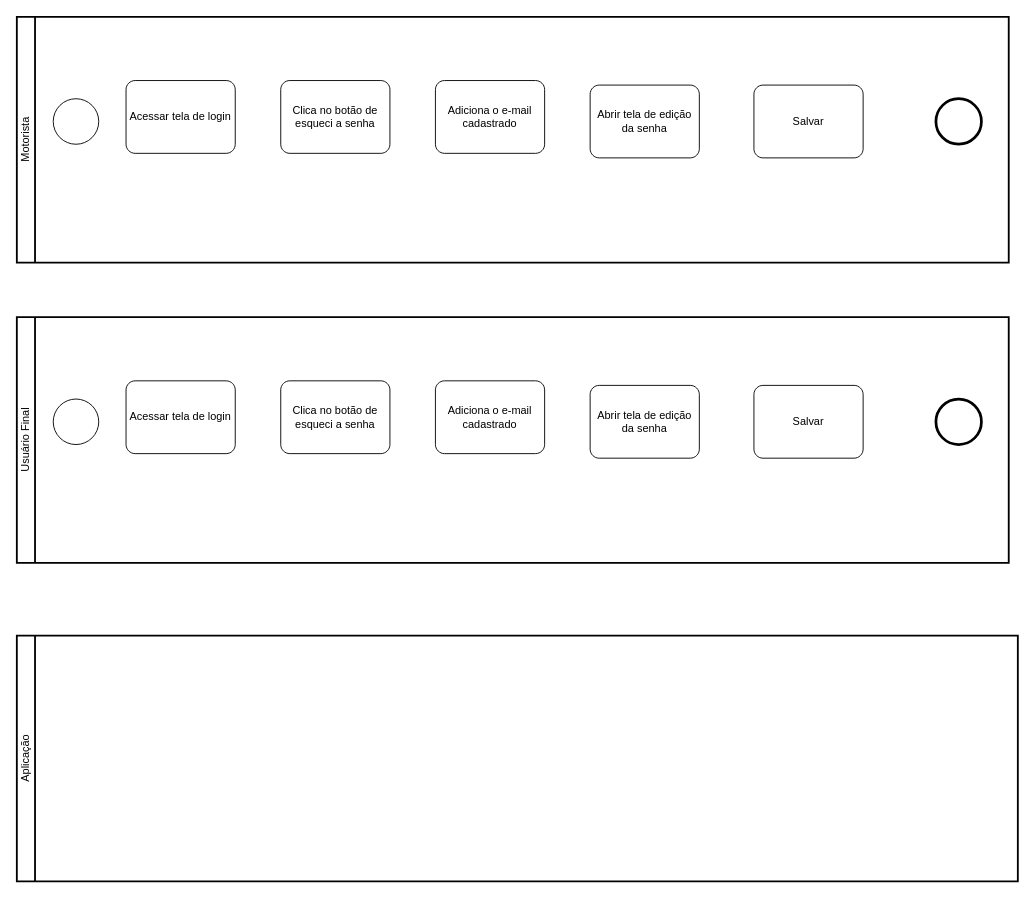
ICEI-PUC-Minas-PMV-ADS/Pet-s-Car keeps this draw.io diagram as page "Recuperação de senha" (6 of 7) of Untitled Diagram.drawio. Above is the earlier version. Source tidied: cells renumbered, new cells numbered last; positions are measured from the earlier drawing's top-left corner, leaving out a move shared by most shapes. Both pictures are drawn from the tidied source at 91%, with x=0, y=0 at pixel (16, 16).
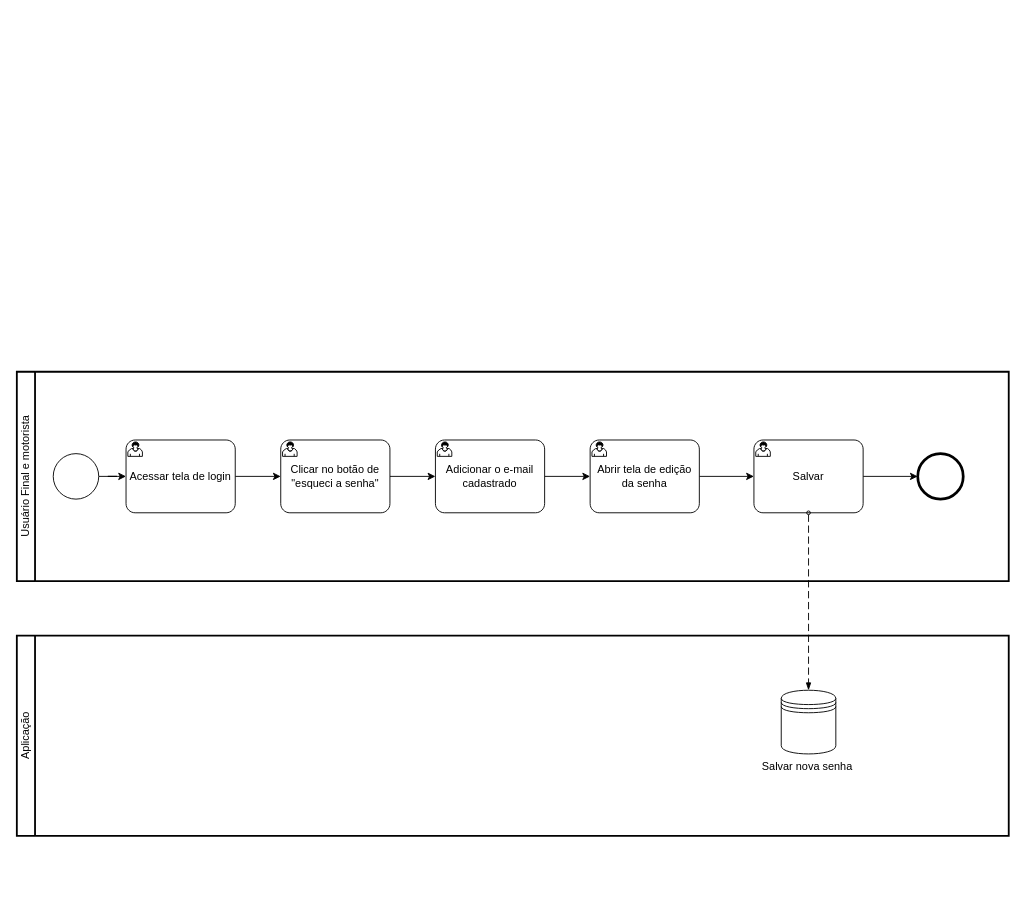
After the change.

The edit, as a diff of the source:
```diff
@@
 <mxGraphModel>
   <root>
     <mxCell id="0" />
     <mxCell id="1" parent="0" />
-    <mxCell id="2" value="Usuário Final" style="swimlane;html=1;startSize=20;fontStyle=0;horizontal=0;swimlaneLine=1;swimlaneFillColor=#ffffff;strokeWidth=2;whiteSpace=wrap;" parent="1" vertex="1">
-      <mxGeometry y="330" width="1090" height="270" as="geometry" />
+    <mxCell id="2" value="Usuário Final e motorista" style="swimlane;html=1;startSize=20;fontStyle=0;horizontal=0;swimlaneLine=1;swimlaneFillColor=#ffffff;strokeWidth=2;whiteSpace=wrap;" parent="1" vertex="1">
+      <mxGeometry y="390" width="1090" height="230" as="geometry" />
     </mxCell>
+    <mxCell id="19" style="edgeStyle=orthogonalEdgeStyle;rounded=0;jettySize=auto;html=1;exitX=1;exitY=0.5;exitDx=0;exitDy=0;exitPerimeter=0;entryX=0;entryY=0.5;entryDx=0;entryDy=0;entryPerimeter=0;" parent="2" edge="1" source="3" target="4">
+      <mxGeometry relative="1" as="geometry" />
+    </mxCell>
-    <mxCell id="3" value="Acessar tela de login" style="points=[[0.25,0,0],[0.5,0,0],[0.75,0,0],[1,0.25,0],[1,0.5,0],[1,0.75,0],[0.75,1,0],[0.5,1,0],[0.25,1,0],[0,0.75,0],[0,0.5,0],[0,0.25,0]];shape=mxgraph.bpmn.task;whiteSpace=wrap;rectStyle=rounded;size=10;html=1;taskMarker=abstract;" parent="2" vertex="1">
-      <mxGeometry x="120" y="70" width="120" height="80" as="geometry" />
+    <mxCell id="3" value="Acessar tela de login" style="points=[[0.25,0,0],[0.5,0,0],[0.75,0,0],[1,0.25,0],[1,0.5,0],[1,0.75,0],[0.75,1,0],[0.5,1,0],[0.25,1,0],[0,0.75,0],[0,0.5,0],[0,0.25,0]];shape=mxgraph.bpmn.task;whiteSpace=wrap;rectStyle=rounded;size=10;html=1;taskMarker=user;" parent="2" vertex="1">
+      <mxGeometry x="120" y="75" width="120" height="80" as="geometry" />
     </mxCell>
+    <mxCell id="20" style="edgeStyle=orthogonalEdgeStyle;rounded=0;jettySize=auto;html=1;exitX=1;exitY=0.5;exitDx=0;exitDy=0;exitPerimeter=0;" parent="2" edge="1" source="4" target="5">
+      <mxGeometry relative="1" as="geometry" />
+    </mxCell>
-    <mxCell id="4" value="Clica no botão de esqueci a senha" style="points=[[0.25,0,0],[0.5,0,0],[0.75,0,0],[1,0.25,0],[1,0.5,0],[1,0.75,0],[0.75,1,0],[0.5,1,0],[0.25,1,0],[0,0.75,0],[0,0.5,0],[0,0.25,0]];shape=mxgraph.bpmn.task;whiteSpace=wrap;rectStyle=rounded;size=10;html=1;taskMarker=abstract;" parent="2" vertex="1">
-      <mxGeometry x="290" y="70" width="120" height="80" as="geometry" />
+    <mxCell id="4" value="Clicar no botão de &quot;esqueci a senha&quot;" style="points=[[0.25,0,0],[0.5,0,0],[0.75,0,0],[1,0.25,0],[1,0.5,0],[1,0.75,0],[0.75,1,0],[0.5,1,0],[0.25,1,0],[0,0.75,0],[0,0.5,0],[0,0.25,0]];shape=mxgraph.bpmn.task;whiteSpace=wrap;rectStyle=rounded;size=10;html=1;taskMarker=user;" parent="2" vertex="1">
+      <mxGeometry x="290" y="75" width="120" height="80" as="geometry" />
     </mxCell>
+    <mxCell id="21" style="edgeStyle=orthogonalEdgeStyle;rounded=0;jettySize=auto;html=1;exitX=1;exitY=0.5;exitDx=0;exitDy=0;exitPerimeter=0;entryX=0;entryY=0.5;entryDx=0;entryDy=0;entryPerimeter=0;" parent="2" edge="1" source="5" target="6">
+      <mxGeometry relative="1" as="geometry" />
+    </mxCell>
-    <mxCell id="5" value="Adiciona o e-mail cadastrado" style="points=[[0.25,0,0],[0.5,0,0],[0.75,0,0],[1,0.25,0],[1,0.5,0],[1,0.75,0],[0.75,1,0],[0.5,1,0],[0.25,1,0],[0,0.75,0],[0,0.5,0],[0,0.25,0]];shape=mxgraph.bpmn.task;whiteSpace=wrap;rectStyle=rounded;size=10;html=1;taskMarker=abstract;" parent="2" vertex="1">
-      <mxGeometry x="460" y="70" width="120" height="80" as="geometry" />
+    <mxCell id="5" value="Adicionar o e-mail cadastrado" style="points=[[0.25,0,0],[0.5,0,0],[0.75,0,0],[1,0.25,0],[1,0.5,0],[1,0.75,0],[0.75,1,0],[0.5,1,0],[0.25,1,0],[0,0.75,0],[0,0.5,0],[0,0.25,0]];shape=mxgraph.bpmn.task;whiteSpace=wrap;rectStyle=rounded;size=10;html=1;taskMarker=user;" parent="2" vertex="1">
+      <mxGeometry x="460" y="75" width="120" height="80" as="geometry" />
     </mxCell>
+    <mxCell id="22" style="edgeStyle=orthogonalEdgeStyle;rounded=0;jettySize=auto;html=1;exitX=1;exitY=0.5;exitDx=0;exitDy=0;exitPerimeter=0;" parent="2" edge="1" source="6" target="8">
+      <mxGeometry relative="1" as="geometry" />
+    </mxCell>
-    <mxCell id="6" value="Abrir tela de edição da senha" style="points=[[0.25,0,0],[0.5,0,0],[0.75,0,0],[1,0.25,0],[1,0.5,0],[1,0.75,0],[0.75,1,0],[0.5,1,0],[0.25,1,0],[0,0.75,0],[0,0.5,0],[0,0.25,0]];shape=mxgraph.bpmn.task;whiteSpace=wrap;rectStyle=rounded;size=10;html=1;taskMarker=abstract;" parent="2" vertex="1">
+    <mxCell id="6" value="Abrir tela de edição da senha" style="points=[[0.25,0,0],[0.5,0,0],[0.75,0,0],[1,0.25,0],[1,0.5,0],[1,0.75,0],[0.75,1,0],[0.5,1,0],[0.25,1,0],[0,0.75,0],[0,0.5,0],[0,0.25,0]];shape=mxgraph.bpmn.task;whiteSpace=wrap;rectStyle=rounded;size=10;html=1;taskMarker=user;" parent="2" vertex="1">
       <mxGeometry x="630" y="75" width="120" height="80" as="geometry" />
     </mxCell>
+    <mxCell id="23" style="edgeStyle=orthogonalEdgeStyle;rounded=0;jettySize=auto;html=1;entryX=0;entryY=0.5;entryDx=0;entryDy=0;entryPerimeter=0;" parent="2" edge="1" source="7" target="3">
+      <mxGeometry relative="1" as="geometry" />
+    </mxCell>
     <mxCell id="7" style="points=[[0.145,0.145,0],[0.5,0,0],[0.855,0.145,0],[1,0.5,0],[0.855,0.855,0],[0.5,1,0],[0.145,0.855,0],[0,0.5,0]];shape=mxgraph.bpmn.event;html=1;verticalLabelPosition=bottom;labelBackgroundColor=#ffffff;verticalAlign=top;align=center;perimeter=ellipsePerimeter;outlineConnect=0;outline=standard;symbol=general;" parent="2" vertex="1">
       <mxGeometry x="40" y="90" width="50" height="50" as="geometry" />
     </mxCell>
+    <mxCell id="24" style="edgeStyle=orthogonalEdgeStyle;rounded=0;jettySize=auto;html=1;exitX=1;exitY=0.5;exitDx=0;exitDy=0;exitPerimeter=0;entryX=0;entryY=0.5;entryDx=0;entryDy=0;entryPerimeter=0;" parent="2" edge="1" source="8" target="9">
+      <mxGeometry relative="1" as="geometry" />
+    </mxCell>
-    <mxCell id="8" value="Salvar" style="points=[[0.25,0,0],[0.5,0,0],[0.75,0,0],[1,0.25,0],[1,0.5,0],[1,0.75,0],[0.75,1,0],[0.5,1,0],[0.25,1,0],[0,0.75,0],[0,0.5,0],[0,0.25,0]];shape=mxgraph.bpmn.task;whiteSpace=wrap;rectStyle=rounded;size=10;html=1;taskMarker=abstract;" parent="2" vertex="1">
+    <mxCell id="8" value="Salvar" style="points=[[0.25,0,0],[0.5,0,0],[0.75,0,0],[1,0.25,0],[1,0.5,0],[1,0.75,0],[0.75,1,0],[0.5,1,0],[0.25,1,0],[0,0.75,0],[0,0.5,0],[0,0.25,0]];shape=mxgraph.bpmn.task;whiteSpace=wrap;rectStyle=rounded;size=10;html=1;taskMarker=user;" parent="2" vertex="1">
       <mxGeometry x="810" y="75" width="120" height="80" as="geometry" />
     </mxCell>
     <mxCell id="9" style="points=[[0.145,0.145,0],[0.5,0,0],[0.855,0.145,0],[1,0.5,0],[0.855,0.855,0],[0.5,1,0],[0.145,0.855,0],[0,0.5,0]];shape=mxgraph.bpmn.event;html=1;verticalLabelPosition=bottom;labelBackgroundColor=#ffffff;verticalAlign=top;align=center;perimeter=ellipsePerimeter;outlineConnect=0;outline=end;symbol=terminate2;" parent="2" vertex="1">
-      <mxGeometry x="1010" y="90" width="50" height="50" as="geometry" />
+      <mxGeometry x="990" y="90" width="50" height="50" as="geometry" />
     </mxCell>
     <mxCell id="10" value="Aplicação" style="swimlane;html=1;startSize=20;fontStyle=0;horizontal=0;swimlaneLine=1;swimlaneFillColor=#ffffff;strokeWidth=2;whiteSpace=wrap;" parent="1" vertex="1">
-      <mxGeometry y="680" width="1100" height="270" as="geometry" />
+      <mxGeometry y="680" width="1090" height="220" as="geometry" />
     </mxCell>
-    <mxCell id="11" value="Motorista" style="swimlane;html=1;startSize=20;fontStyle=0;horizontal=0;swimlaneLine=1;swimlaneFillColor=#ffffff;strokeWidth=2;whiteSpace=wrap;" parent="1" vertex="1">
-      <mxGeometry width="1090" height="270" as="geometry" />
-    </mxCell>
-    <mxCell id="12" value="Acessar tela de login" style="shape=mxgraph.bpmn.task;whiteSpace=wrap;rectStyle=rounded;size=10;html=1;taskMarker=abstract;" parent="11" vertex="1">
-      <mxGeometry x="120" y="70" width="120" height="80" as="geometry" />
-    </mxCell>
-    <mxCell id="13" value="Clica no botão de esqueci a senha" style="shape=mxgraph.bpmn.task;whiteSpace=wrap;rectStyle=rounded;size=10;html=1;taskMarker=abstract;" parent="11" vertex="1">
-      <mxGeometry x="290" y="70" width="120" height="80" as="geometry" />
-    </mxCell>
-    <mxCell id="14" value="Adiciona o e-mail cadastrado" style="shape=mxgraph.bpmn.task;whiteSpace=wrap;rectStyle=rounded;size=10;html=1;taskMarker=abstract;" parent="11" vertex="1">
-      <mxGeometry x="460" y="70" width="120" height="80" as="geometry" />
-    </mxCell>
-    <mxCell id="15" value="Abrir tela de edição da senha" style="shape=mxgraph.bpmn.task;whiteSpace=wrap;rectStyle=rounded;size=10;html=1;taskMarker=abstract;" parent="11" vertex="1">
-      <mxGeometry x="630" y="75" width="120" height="80" as="geometry" />
-    </mxCell>
-    <mxCell id="16" style="shape=mxgraph.bpmn.event;html=1;verticalLabelPosition=bottom;labelBackgroundColor=#ffffff;verticalAlign=top;align=center;perimeter=ellipsePerimeter;outline=standard;symbol=general;" parent="11" vertex="1">
-      <mxGeometry x="40" y="90" width="50" height="50" as="geometry" />
-    </mxCell>
-    <mxCell id="17" value="Salvar" style="shape=mxgraph.bpmn.task;whiteSpace=wrap;rectStyle=rounded;size=10;html=1;taskMarker=abstract;" parent="11" vertex="1">
-      <mxGeometry x="810" y="75" width="120" height="80" as="geometry" />
-    </mxCell>
-    <mxCell id="18" style="shape=mxgraph.bpmn.event;html=1;verticalLabelPosition=bottom;labelBackgroundColor=#ffffff;verticalAlign=top;align=center;perimeter=ellipsePerimeter;outline=end;symbol=terminate2;" parent="11" vertex="1">
-      <mxGeometry x="1010" y="90" width="50" height="50" as="geometry" />
-    </mxCell>
+    <mxCell id="25" style="dashed=1;dashPattern=8 4;endArrow=blockThin;endFill=1;startArrow=oval;startFill=0;endSize=6;startSize=4;html=1;rounded=0;exitX=0.5;exitY=1;exitDx=0;exitDy=0;exitPerimeter=0;" parent="10" edge="1" source="8">
+      <mxGeometry relative="1" as="geometry">
+        <mxPoint x="870" y="60" as="targetPoint" />
+      </mxGeometry>
+    </mxCell>
+    <mxCell id="26" value="Salvar nova senha&amp;nbsp;" style="shape=datastore;html=1;labelPosition=center;verticalLabelPosition=bottom;align=center;verticalAlign=top;" parent="10" vertex="1">
+      <mxGeometry x="840" y="60" width="60" height="70" as="geometry" />
+    </mxCell>
   </root>
 </mxGraphModel>
```
